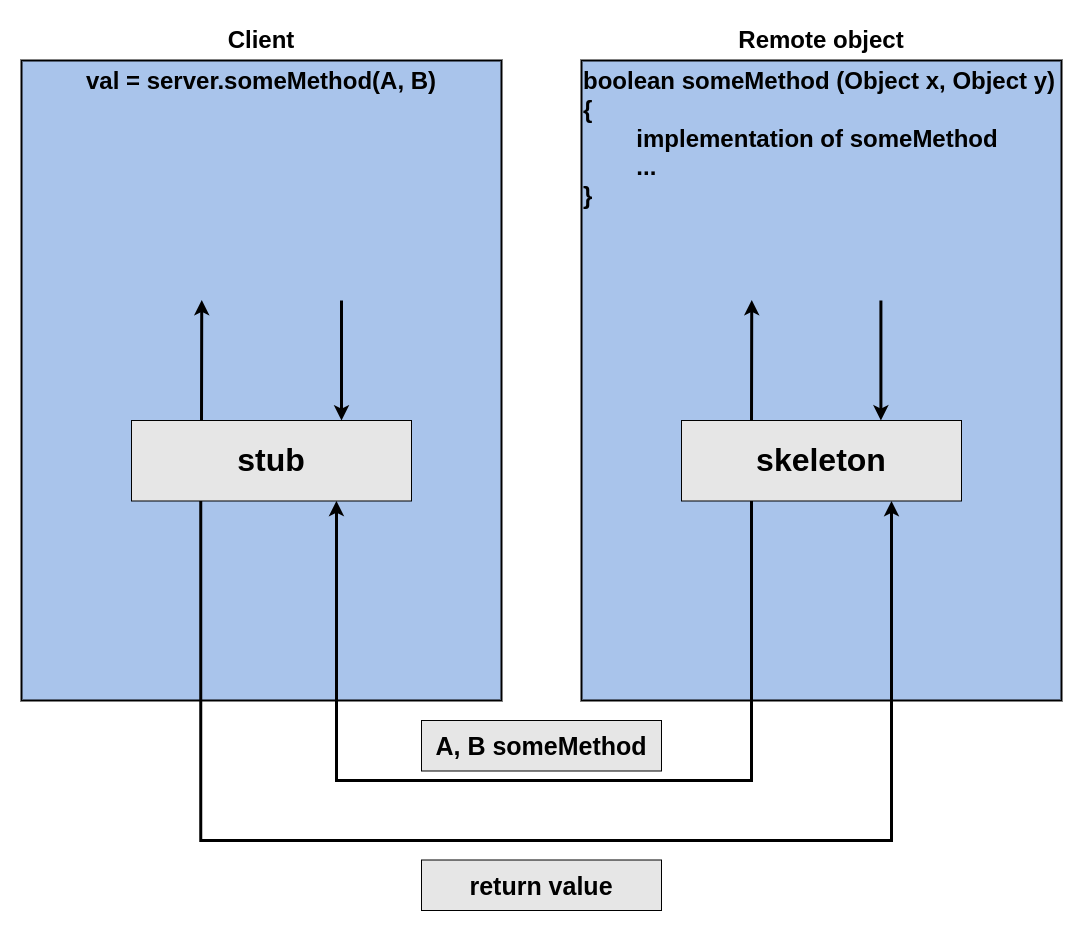
Above: static/image/OS/RPC.png in JS970/JS970.github.io (draw.io), before the change. Source tidied: cells renumbered, new cells last; positions are measured from the earlier drawing's top-left corner, leaving out a move shared by most shapes. The source it was exported from:
```xml
<mxGraphModel math="1">
  <root>
    <mxCell id="0" />
    <mxCell id="1" parent="0" />
    <mxCell id="2" value="val = server.someMethod(A, B)" style="rounded=0;whiteSpace=wrap;html=1;fontStyle=1;fontSize=24;fillColor=#A9C4EB;strokeWidth=2;verticalAlign=top;" parent="1" vertex="1">
      <mxGeometry y="40" width="480" height="640" as="geometry" />
    </mxCell>
    <mxCell id="3" value="Client" style="text;html=1;strokeColor=none;fillColor=none;align=center;verticalAlign=middle;whiteSpace=wrap;rounded=0;fontStyle=1;fontSize=24;" parent="1" vertex="1">
      <mxGeometry x="0.2" width="479.8" height="40" as="geometry" />
    </mxCell>
    <mxCell id="4" value="boolean someMethod (Object x, Object y)&lt;br&gt;{&lt;br&gt;&lt;span style=&quot;white-space: pre;&quot;&gt; &lt;/span&gt;implementation of someMethod&lt;br&gt;&lt;span style=&quot;white-space: pre;&quot;&gt; &lt;/span&gt;...&lt;br&gt;}" style="rounded=0;whiteSpace=wrap;html=1;fontStyle=1;fontSize=24;fillColor=#A9C4EB;strokeWidth=2;verticalAlign=top;align=left;" parent="1" vertex="1">
      <mxGeometry x="560" y="40" width="480" height="640" as="geometry" />
    </mxCell>
    <mxCell id="5" value="Remote object" style="text;html=1;strokeColor=none;fillColor=none;align=center;verticalAlign=middle;whiteSpace=wrap;rounded=0;fontStyle=1;fontSize=24;" parent="1" vertex="1">
      <mxGeometry x="560.2" width="479.8" height="40" as="geometry" />
    </mxCell>
    <mxCell id="6" value="stub" style="rounded=0;whiteSpace=wrap;html=1;fontStyle=1;fontSize=32;fillColor=#E6E6E6;" parent="1" vertex="1">
      <mxGeometry x="110" y="400" width="280" height="80.5" as="geometry" />
    </mxCell>
    <mxCell id="7" style="endArrow=classic;html=1;rounded=0;strokeWidth=3;" parent="1" edge="1">
      <mxGeometry relative="1" as="geometry">
        <mxPoint x="180" y="400" as="sourcePoint" />
        <mxPoint x="180.2" y="279.5" as="targetPoint" />
      </mxGeometry>
    </mxCell>
    <mxCell id="8" style="endArrow=classic;html=1;rounded=0;strokeWidth=3;" parent="1" edge="1">
      <mxGeometry relative="1" as="geometry">
        <mxPoint x="320" y="280" as="sourcePoint" />
        <mxPoint x="320" y="400" as="targetPoint" />
      </mxGeometry>
    </mxCell>
    <mxCell id="9" style="edgeStyle=orthogonalEdgeStyle;rounded=0;jettySize=auto;html=1;exitX=0.25;exitY=1;exitDx=0;exitDy=0;entryX=0.732;entryY=0.998;entryDx=0;entryDy=0;entryPerimeter=0;strokeWidth=3;" parent="1" edge="1" source="10" target="6">
      <mxGeometry relative="1" as="geometry">
        <Array as="points">
          <mxPoint x="730" y="760" />
          <mxPoint x="315" y="760" />
        </Array>
      </mxGeometry>
    </mxCell>
    <mxCell id="10" value="skeleton" style="rounded=0;whiteSpace=wrap;html=1;fontStyle=1;fontSize=32;fillColor=#E6E6E6;" parent="1" vertex="1">
      <mxGeometry x="660" y="400" width="280" height="80.5" as="geometry" />
    </mxCell>
    <mxCell id="11" style="endArrow=classic;html=1;rounded=0;strokeWidth=3;" parent="1" edge="1">
      <mxGeometry relative="1" as="geometry">
        <mxPoint x="730" y="400" as="sourcePoint" />
        <mxPoint x="730.2" y="279.5" as="targetPoint" />
      </mxGeometry>
    </mxCell>
    <mxCell id="12" style="endArrow=classic;html=1;rounded=0;strokeWidth=3;" parent="1" edge="1">
      <mxGeometry relative="1" as="geometry">
        <mxPoint x="859.4" y="280" as="sourcePoint" />
        <mxPoint x="859.4" y="400" as="targetPoint" />
      </mxGeometry>
    </mxCell>
    <mxCell id="13" style="endArrow=classic;html=1;rounded=0;strokeWidth=3;entryX=0.75;entryY=1;entryDx=0;entryDy=0;edgeStyle=elbowEdgeStyle;elbow=vertical;" parent="1" edge="1" target="10">
      <mxGeometry relative="1" as="geometry">
        <mxPoint x="179.2" y="480.5" as="sourcePoint" />
        <Array as="points">
          <mxPoint x="530" y="820" />
        </Array>
      </mxGeometry>
    </mxCell>
    <mxCell id="14" value="A, B someMethod" style="rounded=0;whiteSpace=wrap;html=1;fontStyle=1;fontSize=25;fillColor=#E6E6E6;" parent="1" vertex="1">
      <mxGeometry x="400" y="700" width="240" height="50.5" as="geometry" />
    </mxCell>
    <mxCell id="15" value="return value" style="rounded=0;whiteSpace=wrap;html=1;fontStyle=1;fontSize=25;fillColor=#E6E6E6;" parent="1" vertex="1">
      <mxGeometry x="400" y="839.5" width="240" height="50.5" as="geometry" />
    </mxCell>
  </root>
</mxGraphModel>
```
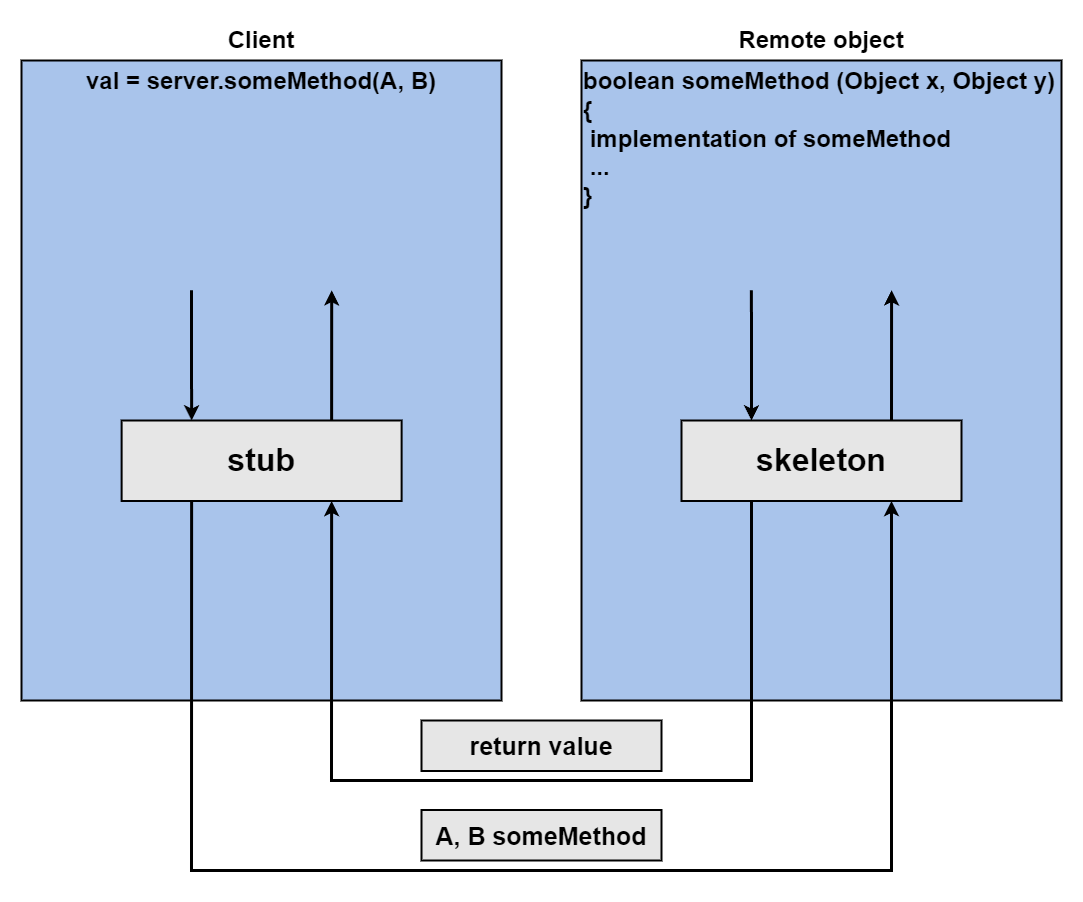
The same diagram one commit later.

The edit, as a diff of the source:
```diff
@@ -14,57 +14,49 @@
     <mxCell id="5" value="Remote object" style="text;html=1;strokeColor=none;fillColor=none;align=center;verticalAlign=middle;whiteSpace=wrap;rounded=0;fontStyle=1;fontSize=24;" parent="1" vertex="1">
       <mxGeometry x="560.2" width="479.8" height="40" as="geometry" />
     </mxCell>
-    <mxCell id="6" value="stub" style="rounded=0;whiteSpace=wrap;html=1;fontStyle=1;fontSize=32;fillColor=#E6E6E6;" parent="1" vertex="1">
-      <mxGeometry x="110" y="400" width="280" height="80.5" as="geometry" />
+    <mxCell id="6" style="edgeStyle=orthogonalEdgeStyle;rounded=0;jettySize=auto;html=1;exitX=0.25;exitY=0;exitDx=0;exitDy=0;entryX=0.354;entryY=0.359;entryDx=0;entryDy=0;entryPerimeter=0;strokeWidth=3;startArrow=classic;startFill=1;endArrow=none;endFill=0;" parent="1" edge="1" source="8" target="4">
+      <mxGeometry relative="1" as="geometry" />
     </mxCell>
-    <mxCell id="7" style="endArrow=classic;html=1;rounded=0;strokeWidth=3;" parent="1" edge="1">
+    <mxCell id="7" style="edgeStyle=orthogonalEdgeStyle;rounded=0;jettySize=auto;html=1;exitX=0.25;exitY=1;exitDx=0;exitDy=0;entryX=0.75;entryY=1;entryDx=0;entryDy=0;strokeWidth=3;startArrow=none;startFill=0;endArrow=classic;endFill=1;" parent="1" edge="1" source="8" target="14">
       <mxGeometry relative="1" as="geometry">
-        <mxPoint x="180" y="400" as="sourcePoint" />
-        <mxPoint x="180.2" y="279.5" as="targetPoint" />
+        <Array as="points">
+          <mxPoint x="730" y="760" />
+          <mxPoint x="310" y="760" />
+        </Array>
       </mxGeometry>
     </mxCell>
-    <mxCell id="8" style="endArrow=classic;html=1;rounded=0;strokeWidth=3;" parent="1" edge="1">
-      <mxGeometry relative="1" as="geometry">
-        <mxPoint x="320" y="280" as="sourcePoint" />
-        <mxPoint x="320" y="400" as="targetPoint" />
-      </mxGeometry>
+    <mxCell id="8" value="skeleton" style="rounded=0;whiteSpace=wrap;html=1;fontStyle=1;fontSize=32;fillColor=#E6E6E6;strokeWidth=2;" parent="1" vertex="1">
+      <mxGeometry x="660" y="400" width="280" height="80.5" as="geometry" />
     </mxCell>
-    <mxCell id="9" style="edgeStyle=orthogonalEdgeStyle;rounded=0;jettySize=auto;html=1;exitX=0.25;exitY=1;exitDx=0;exitDy=0;entryX=0.732;entryY=0.998;entryDx=0;entryDy=0;entryPerimeter=0;strokeWidth=3;" parent="1" edge="1" source="10" target="6">
-      <mxGeometry relative="1" as="geometry">
-        <Array as="points">
-          <mxPoint x="730" y="760" />
-          <mxPoint x="315" y="760" />
-        </Array>
-      </mxGeometry>
+    <mxCell id="9" style="endArrow=none;html=1;rounded=0;strokeWidth=3;entryX=0.75;entryY=0;entryDx=0;entryDy=0;exitX=0.646;exitY=0.359;exitDx=0;exitDy=0;exitPerimeter=0;startArrow=classic;startFill=1;endFill=0;" parent="1" edge="1" source="4" target="8">
+      <mxGeometry relative="1" as="geometry" />
     </mxCell>
-    <mxCell id="10" value="skeleton" style="rounded=0;whiteSpace=wrap;html=1;fontStyle=1;fontSize=32;fillColor=#E6E6E6;" parent="1" vertex="1">
-      <mxGeometry x="660" y="400" width="280" height="80.5" as="geometry" />
+    <mxCell id="10" value="A, B someMethod" style="rounded=0;whiteSpace=wrap;html=1;fontStyle=1;fontSize=25;fillColor=#E6E6E6;strokeWidth=2;" parent="1" vertex="1">
+      <mxGeometry x="400" y="789.5" width="240" height="50.5" as="geometry" />
     </mxCell>
-    <mxCell id="11" style="endArrow=classic;html=1;rounded=0;strokeWidth=3;" parent="1" edge="1">
-      <mxGeometry relative="1" as="geometry">
-        <mxPoint x="730" y="400" as="sourcePoint" />
-        <mxPoint x="730.2" y="279.5" as="targetPoint" />
-      </mxGeometry>
+    <mxCell id="11" value="return value" style="rounded=0;whiteSpace=wrap;html=1;fontStyle=1;fontSize=25;fillColor=#E6E6E6;strokeWidth=2;" parent="1" vertex="1">
+      <mxGeometry x="400" y="700" width="240" height="50.5" as="geometry" />
     </mxCell>
-    <mxCell id="12" style="endArrow=classic;html=1;rounded=0;strokeWidth=3;" parent="1" edge="1">
+    <mxCell id="12" style="edgeStyle=orthogonalEdgeStyle;rounded=0;jettySize=auto;html=1;exitX=0.25;exitY=0;exitDx=0;exitDy=0;entryX=0.354;entryY=0.359;entryDx=0;entryDy=0;entryPerimeter=0;strokeWidth=3;startArrow=classic;startFill=1;endArrow=none;endFill=0;" parent="1" edge="1" source="14">
       <mxGeometry relative="1" as="geometry">
-        <mxPoint x="859.4" y="280" as="sourcePoint" />
-        <mxPoint x="859.4" y="400" as="targetPoint" />
+        <mxPoint x="170" y="269.8" as="targetPoint" />
       </mxGeometry>
     </mxCell>
-    <mxCell id="13" style="endArrow=classic;html=1;rounded=0;strokeWidth=3;entryX=0.75;entryY=1;entryDx=0;entryDy=0;edgeStyle=elbowEdgeStyle;elbow=vertical;" parent="1" edge="1" target="10">
+    <mxCell id="13" style="edgeStyle=orthogonalEdgeStyle;rounded=0;jettySize=auto;html=1;exitX=0.25;exitY=1;exitDx=0;exitDy=0;entryX=0.75;entryY=1;entryDx=0;entryDy=0;strokeWidth=3;" parent="1" edge="1" source="14" target="8">
       <mxGeometry relative="1" as="geometry">
-        <mxPoint x="179.2" y="480.5" as="sourcePoint" />
         <Array as="points">
-          <mxPoint x="530" y="820" />
+          <mxPoint x="170" y="850" />
+          <mxPoint x="870" y="850" />
         </Array>
       </mxGeometry>
     </mxCell>
-    <mxCell id="14" value="A, B someMethod" style="rounded=0;whiteSpace=wrap;html=1;fontStyle=1;fontSize=25;fillColor=#E6E6E6;" parent="1" vertex="1">
-      <mxGeometry x="400" y="700" width="240" height="50.5" as="geometry" />
+    <mxCell id="14" value="stub" style="rounded=0;whiteSpace=wrap;html=1;fontStyle=1;fontSize=32;fillColor=#E6E6E6;strokeWidth=2;" parent="1" vertex="1">
+      <mxGeometry x="100.1" y="400" width="280" height="80.5" as="geometry" />
     </mxCell>
-    <mxCell id="15" value="return value" style="rounded=0;whiteSpace=wrap;html=1;fontStyle=1;fontSize=25;fillColor=#E6E6E6;" parent="1" vertex="1">
-      <mxGeometry x="400" y="839.5" width="240" height="50.5" as="geometry" />
+    <mxCell id="15" style="endArrow=none;html=1;rounded=0;strokeWidth=3;entryX=0.75;entryY=0;entryDx=0;entryDy=0;exitX=0.646;exitY=0.359;exitDx=0;exitDy=0;exitPerimeter=0;startArrow=classic;startFill=1;endFill=0;" parent="1" edge="1" target="14">
+      <mxGeometry relative="1" as="geometry">
+        <mxPoint x="310.2" y="269.8" as="sourcePoint" />
+      </mxGeometry>
     </mxCell>
   </root>
 </mxGraphModel>
```
